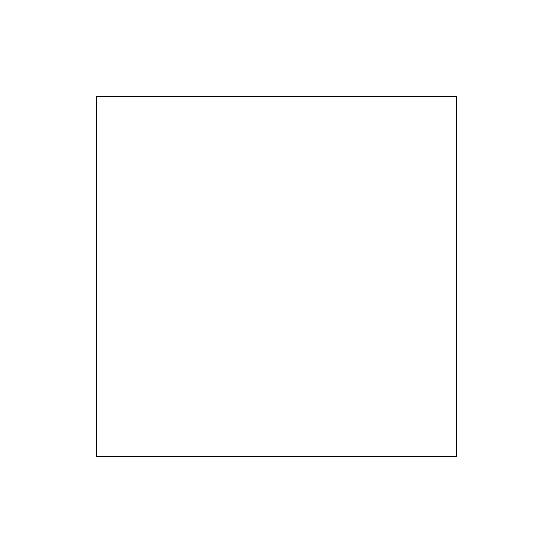
As-The-Wind/game-of-life-4-4 keeps this draw.io diagram as 流向图.drawio. Above is the earlier version. Source tidied: cells renumbered, new cells numbered last; positions are measured from the earlier drawing's top-left corner, leaving out a move shared by most shapes. Both pictures are drawn from the tidied source at 100%, with x=0, y=0 at pixel (96, 96).
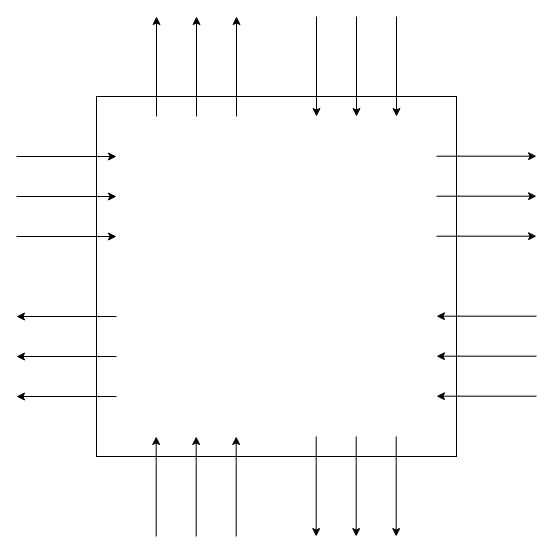
Above is the later version.

Change to the diagram source:
```diff
@@
+    <mxCell id="3" style="endArrow=classic;html=1;rounded=0;" parent="1" edge="1">
+      <mxGeometry relative="1" as="geometry">
+        <mxPoint x="-80" y="60" as="sourcePoint" />
+        <mxPoint x="20" y="60" as="targetPoint" />
+      </mxGeometry>
+    </mxCell>
+    <mxCell id="4" style="endArrow=classic;html=1;rounded=0;" parent="1" edge="1">
+      <mxGeometry relative="1" as="geometry">
+        <mxPoint x="-80" y="100" as="sourcePoint" />
+        <mxPoint x="20" y="100" as="targetPoint" />
+      </mxGeometry>
+    </mxCell>
+    <mxCell id="5" style="endArrow=classic;html=1;rounded=0;" parent="1" edge="1">
+      <mxGeometry relative="1" as="geometry">
+        <mxPoint x="-80" y="140" as="sourcePoint" />
+        <mxPoint x="20" y="140" as="targetPoint" />
+      </mxGeometry>
+    </mxCell>
+    <mxCell id="6" style="endArrow=classic;html=1;rounded=0;" parent="1" edge="1">
+      <mxGeometry relative="1" as="geometry">
+        <mxPoint x="20" y="220" as="sourcePoint" />
+        <mxPoint x="-80" y="220" as="targetPoint" />
+      </mxGeometry>
+    </mxCell>
+    <mxCell id="7" style="endArrow=classic;html=1;rounded=0;" parent="1" edge="1">
+      <mxGeometry relative="1" as="geometry">
+        <mxPoint x="20" y="260" as="sourcePoint" />
+        <mxPoint x="-80" y="260" as="targetPoint" />
+      </mxGeometry>
+    </mxCell>
+    <mxCell id="8" style="endArrow=classic;html=1;rounded=0;" parent="1" edge="1">
+      <mxGeometry relative="1" as="geometry">
+        <mxPoint x="20" y="300" as="sourcePoint" />
+        <mxPoint x="-80" y="300" as="targetPoint" />
+      </mxGeometry>
+    </mxCell>
+    <mxCell id="9" style="endArrow=classic;html=1;rounded=0;" parent="1" edge="1">
+      <mxGeometry relative="1" as="geometry">
+        <mxPoint x="340" y="59.7" as="sourcePoint" />
+        <mxPoint x="440" y="59.7" as="targetPoint" />
+      </mxGeometry>
+    </mxCell>
+    <mxCell id="10" style="endArrow=classic;html=1;rounded=0;" parent="1" edge="1">
+      <mxGeometry relative="1" as="geometry">
+        <mxPoint x="340" y="99.7" as="sourcePoint" />
+        <mxPoint x="440" y="99.7" as="targetPoint" />
+      </mxGeometry>
+    </mxCell>
+    <mxCell id="11" style="endArrow=classic;html=1;rounded=0;" parent="1" edge="1">
+      <mxGeometry relative="1" as="geometry">
+        <mxPoint x="340" y="139.7" as="sourcePoint" />
+        <mxPoint x="440" y="139.7" as="targetPoint" />
+      </mxGeometry>
+    </mxCell>
+    <mxCell id="12" style="endArrow=classic;html=1;rounded=0;" parent="1" edge="1">
+      <mxGeometry relative="1" as="geometry">
+        <mxPoint x="440" y="219.7" as="sourcePoint" />
+        <mxPoint x="340" y="219.7" as="targetPoint" />
+      </mxGeometry>
+    </mxCell>
+    <mxCell id="13" style="endArrow=classic;html=1;rounded=0;" parent="1" edge="1">
+      <mxGeometry relative="1" as="geometry">
+        <mxPoint x="440" y="259.7" as="sourcePoint" />
+        <mxPoint x="340" y="259.7" as="targetPoint" />
+      </mxGeometry>
+    </mxCell>
+    <mxCell id="14" style="endArrow=classic;html=1;rounded=0;" parent="1" edge="1">
+      <mxGeometry relative="1" as="geometry">
+        <mxPoint x="440" y="299.7" as="sourcePoint" />
+        <mxPoint x="340" y="299.7" as="targetPoint" />
+      </mxGeometry>
+    </mxCell>
+    <mxCell id="15" style="endArrow=classic;html=1;rounded=0;" parent="1" edge="1">
+      <mxGeometry relative="1" as="geometry">
+        <mxPoint x="60" y="20" as="sourcePoint" />
+        <mxPoint x="60" y="-80" as="targetPoint" />
+      </mxGeometry>
+    </mxCell>
+    <mxCell id="16" style="endArrow=classic;html=1;rounded=0;" parent="1" edge="1">
+      <mxGeometry relative="1" as="geometry">
+        <mxPoint x="100" y="20" as="sourcePoint" />
+        <mxPoint x="100" y="-80" as="targetPoint" />
+      </mxGeometry>
+    </mxCell>
+    <mxCell id="17" style="endArrow=classic;html=1;rounded=0;" parent="1" edge="1">
+      <mxGeometry relative="1" as="geometry">
+        <mxPoint x="140" y="20" as="sourcePoint" />
+        <mxPoint x="140" y="-80" as="targetPoint" />
+      </mxGeometry>
+    </mxCell>
+    <mxCell id="18" style="endArrow=classic;html=1;rounded=0;" parent="1" edge="1">
+      <mxGeometry relative="1" as="geometry">
+        <mxPoint x="220" y="-80" as="sourcePoint" />
+        <mxPoint x="220" y="20" as="targetPoint" />
+      </mxGeometry>
+    </mxCell>
+    <mxCell id="19" style="endArrow=classic;html=1;rounded=0;" parent="1" edge="1">
+      <mxGeometry relative="1" as="geometry">
+        <mxPoint x="260" y="-80" as="sourcePoint" />
+        <mxPoint x="260" y="20" as="targetPoint" />
+      </mxGeometry>
+    </mxCell>
+    <mxCell id="20" style="endArrow=classic;html=1;rounded=0;" parent="1" edge="1">
+      <mxGeometry relative="1" as="geometry">
+        <mxPoint x="300" y="-80" as="sourcePoint" />
+        <mxPoint x="300" y="20" as="targetPoint" />
+      </mxGeometry>
+    </mxCell>
+    <mxCell id="21" style="endArrow=classic;html=1;rounded=0;" parent="1" edge="1">
+      <mxGeometry relative="1" as="geometry">
+        <mxPoint x="59.7" y="440" as="sourcePoint" />
+        <mxPoint x="59.7" y="340" as="targetPoint" />
+      </mxGeometry>
+    </mxCell>
+    <mxCell id="22" style="endArrow=classic;html=1;rounded=0;" parent="1" edge="1">
+      <mxGeometry relative="1" as="geometry">
+        <mxPoint x="99.7" y="440" as="sourcePoint" />
+        <mxPoint x="99.7" y="340" as="targetPoint" />
+      </mxGeometry>
+    </mxCell>
+    <mxCell id="23" style="endArrow=classic;html=1;rounded=0;" parent="1" edge="1">
+      <mxGeometry relative="1" as="geometry">
+        <mxPoint x="139.7" y="440" as="sourcePoint" />
+        <mxPoint x="139.7" y="340" as="targetPoint" />
+      </mxGeometry>
+    </mxCell>
+    <mxCell id="24" style="endArrow=classic;html=1;rounded=0;" parent="1" edge="1">
+      <mxGeometry relative="1" as="geometry">
+        <mxPoint x="219.7" y="340" as="sourcePoint" />
+        <mxPoint x="219.7" y="440" as="targetPoint" />
+      </mxGeometry>
+    </mxCell>
+    <mxCell id="25" style="endArrow=classic;html=1;rounded=0;" parent="1" edge="1">
+      <mxGeometry relative="1" as="geometry">
+        <mxPoint x="259.7" y="340" as="sourcePoint" />
+        <mxPoint x="259.7" y="440" as="targetPoint" />
+      </mxGeometry>
+    </mxCell>
+    <mxCell id="26" style="endArrow=classic;html=1;rounded=0;" parent="1" edge="1">
+      <mxGeometry relative="1" as="geometry">
+        <mxPoint x="299.7" y="340" as="sourcePoint" />
+        <mxPoint x="299.7" y="440" as="targetPoint" />
+      </mxGeometry>
+    </mxCell>
```
